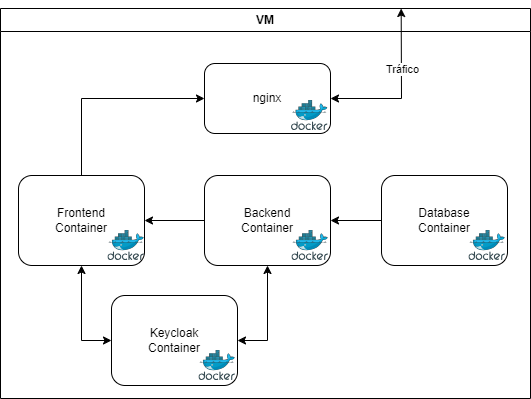
This is Deliverables/Sprint2-Phase2/MarkdownImages/Infra/infraestrutura.drawio.png from DESOFSM1A6/desofs2024_M1A_6, a draw.io export, as it was before one commit. Source tidied: cells renumbered, new cells last; positions are measured from the earlier drawing's top-left corner, leaving out a move shared by most shapes.
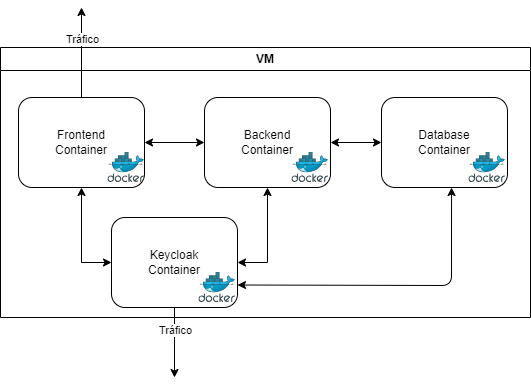
Later version of the same file.

Commit message:
Auth and Infra diagrams update (#92)

Change to the diagram source:
```diff
@@ -3,74 +3,74 @@
     <mxCell id="0" />
     <mxCell id="1" parent="0" />
     <mxCell id="2" value="VM" style="swimlane;whiteSpace=wrap;html=1;" parent="1" vertex="1">
-      <mxGeometry width="530" height="390" as="geometry" />
+      <mxGeometry width="530" height="270" as="geometry" />
     </mxCell>
-    <mxCell id="3" value="nginx" style="rounded=1;whiteSpace=wrap;html=1;" parent="2" vertex="1">
-      <mxGeometry x="204" y="55" width="126" height="70" as="geometry" />
-    </mxCell>
-    <mxCell id="4" style="image;sketch=0;html=1;align=center;fontSize=12;image=img/lib/mscae/Docker.svg;" parent="2" vertex="1">
-      <mxGeometry x="291" y="92" width="36.6" height="30" as="geometry" />
-    </mxCell>
     <mxCell id="5" value="Frontend&lt;div&gt;Container&lt;/div&gt;" style="rounded=1;whiteSpace=wrap;html=1;" parent="2" vertex="1">
-      <mxGeometry x="18" y="167" width="126" height="90" as="geometry" />
+      <mxGeometry x="18" y="50" width="126" height="90" as="geometry" />
     </mxCell>
     <mxCell id="6" style="image;sketch=0;html=1;align=center;fontSize=12;image=img/lib/mscae/Docker.svg;" parent="2" vertex="1">
-      <mxGeometry x="107.4" y="222" width="36.6" height="30" as="geometry" />
+      <mxGeometry x="107.4" y="105" width="36.6" height="30" as="geometry" />
     </mxCell>
-    <mxCell id="7" style="endArrow=classic;html=1;rounded=0;exitX=0.5;exitY=0;exitDx=0;exitDy=0;entryX=0;entryY=0.5;entryDx=0;entryDy=0;" parent="2" edge="1" source="5" target="3">
-      <mxGeometry relative="1" as="geometry">
-        <Array as="points">
-          <mxPoint x="81" y="90" />
-        </Array>
-      </mxGeometry>
-    </mxCell>
     <mxCell id="8" value="Backend&lt;div&gt;Container&lt;/div&gt;" style="rounded=1;whiteSpace=wrap;html=1;" parent="2" vertex="1">
-      <mxGeometry x="204" y="167" width="126" height="90" as="geometry" />
+      <mxGeometry x="204" y="50" width="126" height="90" as="geometry" />
     </mxCell>
     <mxCell id="9" style="image;sketch=0;html=1;align=center;fontSize=12;image=img/lib/mscae/Docker.svg;" parent="2" vertex="1">
-      <mxGeometry x="291.4" y="222" width="36.6" height="30" as="geometry" />
+      <mxGeometry x="291.4" y="105" width="36.6" height="30" as="geometry" />
     </mxCell>
     <mxCell id="10" value="Database&lt;div&gt;Container&lt;/div&gt;" style="rounded=1;whiteSpace=wrap;html=1;" parent="2" vertex="1">
-      <mxGeometry x="381" y="167" width="126" height="90" as="geometry" />
+      <mxGeometry x="381" y="50" width="126" height="90" as="geometry" />
     </mxCell>
     <mxCell id="11" style="image;sketch=0;html=1;align=center;fontSize=12;image=img/lib/mscae/Docker.svg;" parent="2" vertex="1">
-      <mxGeometry x="468.4" y="222" width="36.6" height="30" as="geometry" />
+      <mxGeometry x="468.4" y="105" width="36.6" height="30" as="geometry" />
     </mxCell>
     <mxCell id="12" value="&lt;div&gt;Keycloak&lt;/div&gt;&lt;div&gt;Container&lt;/div&gt;" style="rounded=1;whiteSpace=wrap;html=1;" parent="2" vertex="1">
-      <mxGeometry x="111" y="287" width="126" height="90" as="geometry" />
+      <mxGeometry x="111" y="170" width="126" height="90" as="geometry" />
     </mxCell>
     <mxCell id="13" style="image;sketch=0;html=1;align=center;fontSize=12;image=img/lib/mscae/Docker.svg;" parent="2" vertex="1">
-      <mxGeometry x="198.4" y="342" width="36.6" height="30" as="geometry" />
+      <mxGeometry x="198.4" y="225" width="36.6" height="30" as="geometry" />
     </mxCell>
-    <mxCell id="14" style="endArrow=classic;html=1;rounded=0;exitX=0;exitY=0.5;exitDx=0;exitDy=0;" parent="2" edge="1" source="8" target="5">
-      <mxGeometry relative="1" as="geometry" />
-    </mxCell>
-    <mxCell id="15" style="endArrow=classic;html=1;rounded=0;exitX=0;exitY=0.5;exitDx=0;exitDy=0;entryX=1;entryY=0.5;entryDx=0;entryDy=0;" parent="2" edge="1" source="10" target="8">
-      <mxGeometry relative="1" as="geometry" />
-    </mxCell>
     <mxCell id="16" style="endArrow=classic;startArrow=classic;html=1;rounded=0;exitX=0.5;exitY=1;exitDx=0;exitDy=0;entryX=0;entryY=0.5;entryDx=0;entryDy=0;" parent="2" edge="1" source="5" target="12">
       <mxGeometry relative="1" as="geometry">
         <Array as="points">
-          <mxPoint x="81" y="332" />
+          <mxPoint x="81" y="215" />
         </Array>
       </mxGeometry>
     </mxCell>
     <mxCell id="17" style="endArrow=classic;startArrow=classic;html=1;rounded=0;exitX=1;exitY=0.5;exitDx=0;exitDy=0;entryX=0.5;entryY=1;entryDx=0;entryDy=0;" parent="2" edge="1" source="12" target="8">
       <mxGeometry relative="1" as="geometry">
         <Array as="points">
-          <mxPoint x="267" y="332" />
+          <mxPoint x="267" y="215" />
         </Array>
       </mxGeometry>
     </mxCell>
-    <mxCell id="18" style="endArrow=classic;startArrow=classic;html=1;rounded=0;exitX=0.756;exitY=0;exitDx=0;exitDy=0;entryX=1;entryY=0.5;entryDx=0;entryDy=0;exitPerimeter=0;" parent="2" edge="1" source="2" target="3">
-      <mxGeometry relative="1" as="geometry">
-        <Array as="points">
-          <mxPoint x="401" y="90" />
-        </Array>
-      </mxGeometry>
-    </mxCell>
-    <mxCell id="19" value="Tráfico" style="edgeLabel;html=1;align=center;verticalAlign=middle;" parent="18" vertex="1">
-      <mxGeometry x="-0.25" y="1" relative="1" as="geometry" />
-    </mxCell>
+    <mxCell id="20" style="endArrow=classic;startArrow=classic;html=1;entryX=0.556;entryY=1;entryDx=0;entryDy=0;entryPerimeter=0;exitX=1;exitY=0.75;exitDx=0;exitDy=0;" parent="2" edge="1" source="12" target="10">
+      <mxGeometry relative="1" as="geometry">
+        <Array as="points">
+          <mxPoint x="451" y="238" />
+        </Array>
+      </mxGeometry>
+    </mxCell>
+    <mxCell id="21" style="endArrow=classic;startArrow=classic;html=1;entryX=0;entryY=0.5;entryDx=0;entryDy=0;exitX=1;exitY=0.5;exitDx=0;exitDy=0;" parent="2" edge="1" source="8" target="10">
+      <mxGeometry relative="1" as="geometry" />
+    </mxCell>
+    <mxCell id="22" style="endArrow=classic;startArrow=classic;html=1;exitX=1;exitY=0.5;exitDx=0;exitDy=0;entryX=0;entryY=0.5;entryDx=0;entryDy=0;" parent="2" edge="1" source="5" target="8">
+      <mxGeometry relative="1" as="geometry" />
+    </mxCell>
+    <mxCell id="23" style="endArrow=classic;html=1;exitX=0.5;exitY=0;exitDx=0;exitDy=0;" parent="1" edge="1" source="5">
+      <mxGeometry relative="1" as="geometry">
+        <mxPoint x="81" y="-40" as="targetPoint" />
+      </mxGeometry>
+    </mxCell>
+    <mxCell id="24" value="Tráfico" style="edgeLabel;html=1;align=center;verticalAlign=middle;" parent="23" vertex="1">
+      <mxGeometry x="0.31" relative="1" as="geometry" />
+    </mxCell>
+    <mxCell id="25" style="endArrow=classic;html=1;exitX=0.5;exitY=1;exitDx=0;exitDy=0;" parent="1" edge="1" source="12">
+      <mxGeometry relative="1" as="geometry">
+        <mxPoint x="174" y="330" as="targetPoint" />
+      </mxGeometry>
+    </mxCell>
+    <mxCell id="26" value="Tráfico" style="edgeLabel;html=1;align=center;verticalAlign=middle;" parent="25" vertex="1">
+      <mxGeometry x="-0.37" relative="1" as="geometry" />
+    </mxCell>
   </root>
 </mxGraphModel>
```
